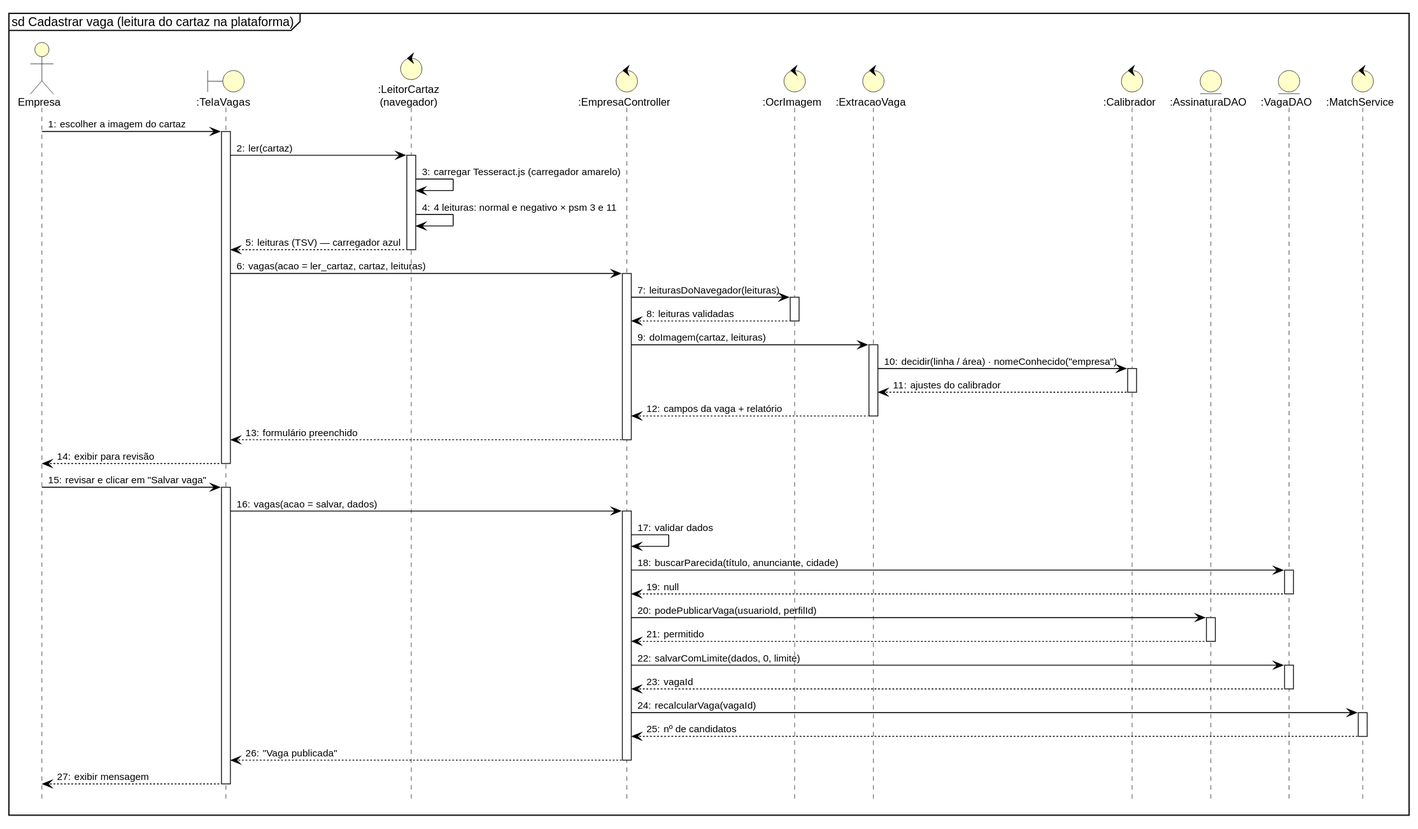
Before: docs/tcc/diagramas/seq07_cadastrar_vaga.svg, a diagram exported from PlantUML (leonardoabreu2026/tcc-final).
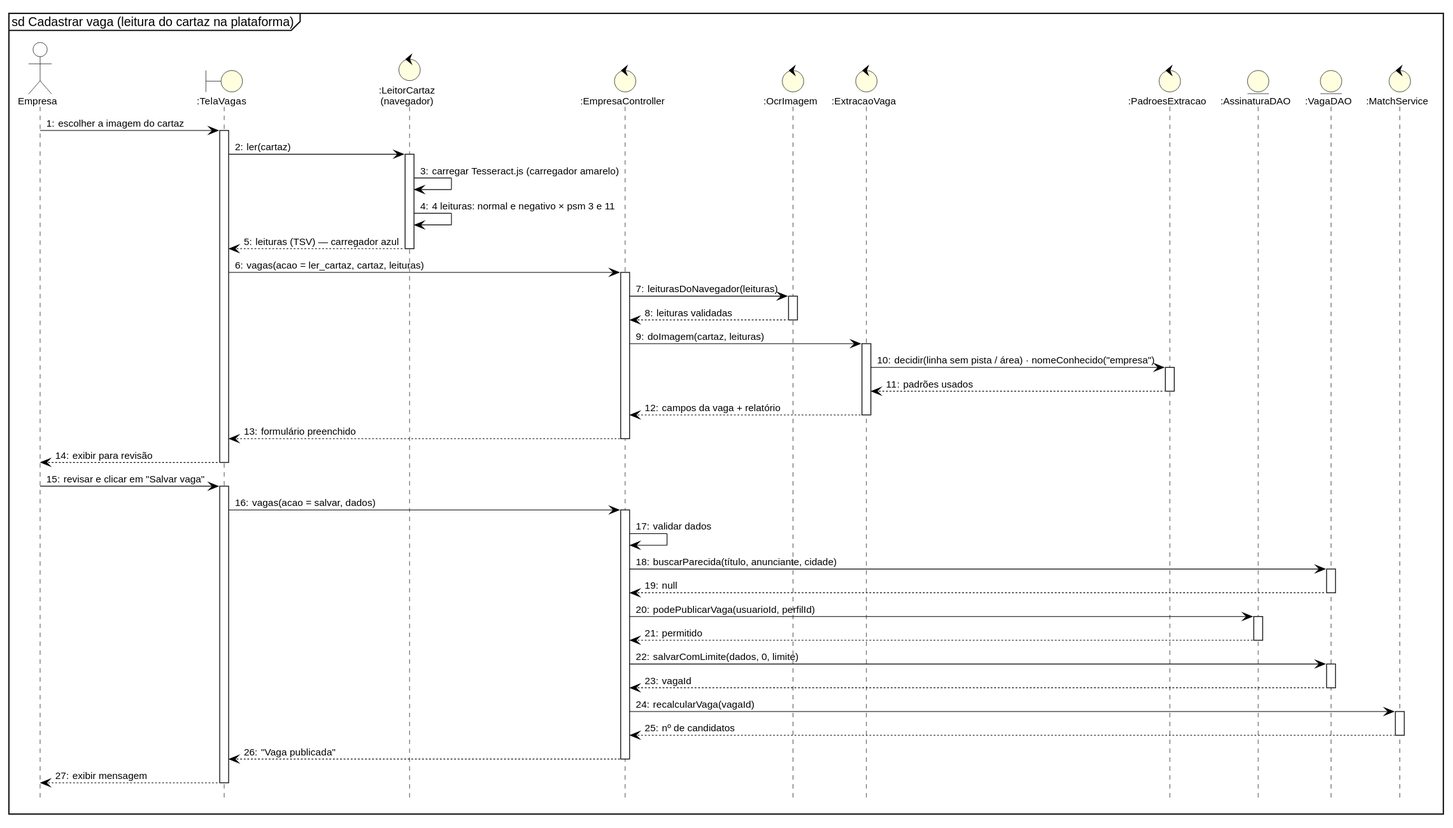
The same file after the commit.

Change to the diagram source:
```diff
@@ -10,7 +10,7 @@
 control ":EmpresaController" as C
 control ":OcrImagem" as O
 control ":ExtracaoVaga" as X
-control ":Calibrador" as K
+control ":PadroesExtracao" as K
 entity ":AssinaturaDAO" as S
 entity ":VagaDAO" as D
 control ":MatchService" as M
@@ -23,8 +23,8 @@
 C -> O ++ : leiturasDoNavegador(leituras)
 O --> C -- : leituras validadas
 C -> X ++ : doImagem(cartaz, leituras)
-X -> K ++ : decidir(linha / área) · nomeConhecido("empresa")
-K --> X -- : ajustes do calibrador
+X -> K ++ : decidir(linha sem pista / área) · nomeConhecido("empresa")
+K --> X -- : padrões usados
 X --> C -- : campos da vaga + relatório
 C --> T -- : formulário preenchido
 T --> E -- : exibir para revisão
```
